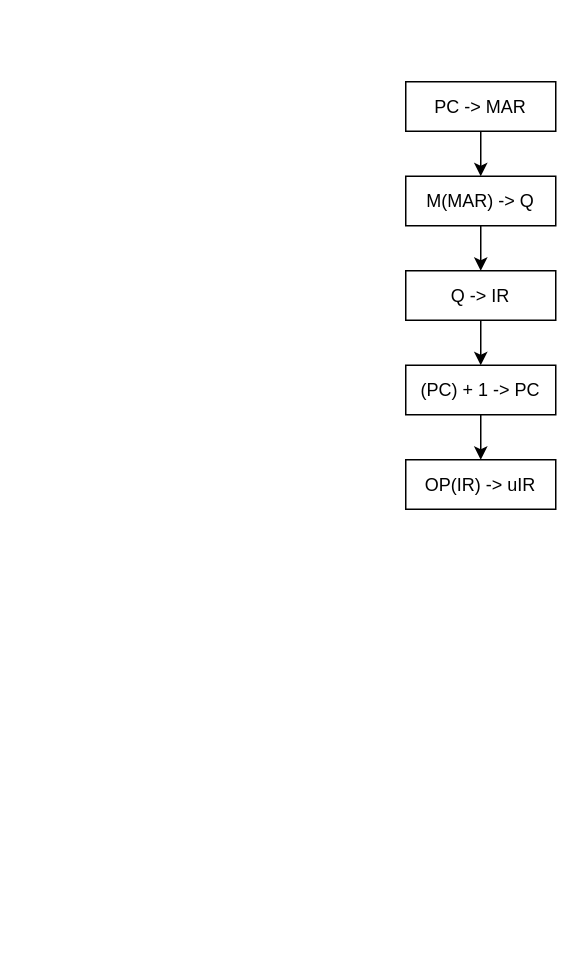
Before: toHandOn/微程序流程图.drawio in ShiaoYoung/Computer_Composition_Experiment, a draw.io diagram. Source tidied: cells renumbered, new cells numbered last; positions are measured from the earlier drawing's top-left corner, leaving out a move shared by most shapes. Both pictures are drawn from the tidied source at 150%, with x=0, y=0 at pixel (405, 81).
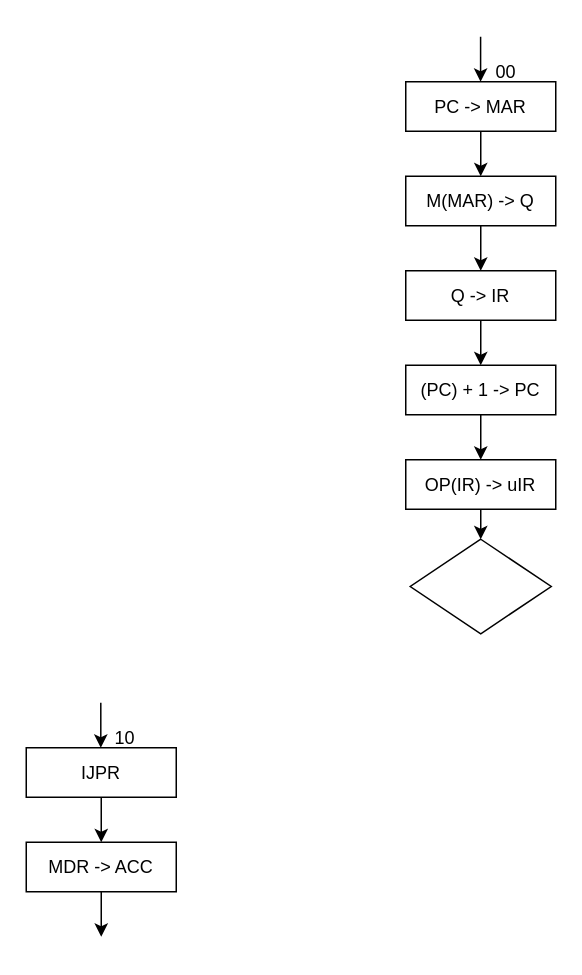
The same diagram, later.

Commit message (it also covers changes not shown here):
更新微程序流程图.drawio

Unchanged cells that the change refers to:
```xml
<mxCell id="10" value="OP(IR) -&amp;gt; uIR" style="rounded=0;whiteSpace=wrap;html=1;" parent="1" vertex="1">
  <mxGeometry y="252" width="100" height="33" as="geometry" />
</mxCell>
```

The edit, as a diff of the source:
```diff
@@
+    <mxCell id="11" style="edgeStyle=orthogonalEdgeStyle;rounded=0;jettySize=auto;html=1;exitX=0.5;exitY=1;exitDx=0;exitDy=0;entryX=0.5;entryY=0;entryDx=0;entryDy=0;" parent="1" edge="1" source="10" target="12">
+      <mxGeometry relative="1" as="geometry" />
+    </mxCell>
@@
+    <mxCell id="12" style="rhombus;whiteSpace=wrap;html=1;" parent="1" vertex="1">
+      <mxGeometry x="3" y="305" width="94" height="63" as="geometry" />
+    </mxCell>
+    <mxCell id="13" value="00" style="text;html=1;align=center;verticalAlign=middle;whiteSpace=wrap;rounded=0;" parent="1" vertex="1">
+      <mxGeometry x="37" y="-21" width="60" height="30" as="geometry" />
+    </mxCell>
+    <mxCell id="14" style="edgeStyle=orthogonalEdgeStyle;rounded=0;jettySize=auto;html=1;exitX=0.5;exitY=1;exitDx=0;exitDy=0;entryX=0.5;entryY=0;entryDx=0;entryDy=0;" parent="1" edge="1" source="15" target="17">
+      <mxGeometry relative="1" as="geometry" />
+    </mxCell>
+    <mxCell id="15" value="IJPR" style="rounded=0;whiteSpace=wrap;html=1;" parent="1" vertex="1">
+      <mxGeometry x="-253" y="444" width="100" height="33" as="geometry" />
+    </mxCell>
+    <mxCell id="16" style="edgeStyle=orthogonalEdgeStyle;rounded=0;jettySize=auto;html=1;exitX=0.5;exitY=1;exitDx=0;exitDy=0;entryX=0.5;entryY=0;entryDx=0;entryDy=0;" parent="1" edge="1" source="17">
+      <mxGeometry relative="1" as="geometry">
+        <mxPoint x="-203" y="570" as="targetPoint" />
+      </mxGeometry>
+    </mxCell>
+    <mxCell id="17" value="MDR -&amp;gt; ACC" style="rounded=0;whiteSpace=wrap;html=1;" parent="1" vertex="1">
+      <mxGeometry x="-253" y="507" width="100" height="33" as="geometry" />
+    </mxCell>
+    <mxCell id="18" value="10" style="text;html=1;align=center;verticalAlign=middle;whiteSpace=wrap;rounded=0;" parent="1" vertex="1">
+      <mxGeometry x="-217" y="423" width="60" height="30" as="geometry" />
+    </mxCell>
+    <mxCell id="19" style="edgeStyle=orthogonalEdgeStyle;rounded=0;orthogonalLoop=1;jettySize=auto;html=1;exitX=0.5;exitY=1;exitDx=0;exitDy=0;entryX=0.5;entryY=0;entryDx=0;entryDy=0;" parent="1" edge="1">
+      <mxGeometry relative="1" as="geometry">
+        <mxPoint x="49.9" y="-30" as="sourcePoint" />
+        <mxPoint x="49.9" as="targetPoint" />
+      </mxGeometry>
+    </mxCell>
+    <mxCell id="20" style="edgeStyle=orthogonalEdgeStyle;rounded=0;orthogonalLoop=1;jettySize=auto;html=1;exitX=0.5;exitY=1;exitDx=0;exitDy=0;entryX=0.5;entryY=0;entryDx=0;entryDy=0;" parent="1" edge="1">
+      <mxGeometry relative="1" as="geometry">
+        <mxPoint x="-203.3" y="414" as="sourcePoint" />
+        <mxPoint x="-203.3" y="444" as="targetPoint" />
+      </mxGeometry>
+    </mxCell>
```
